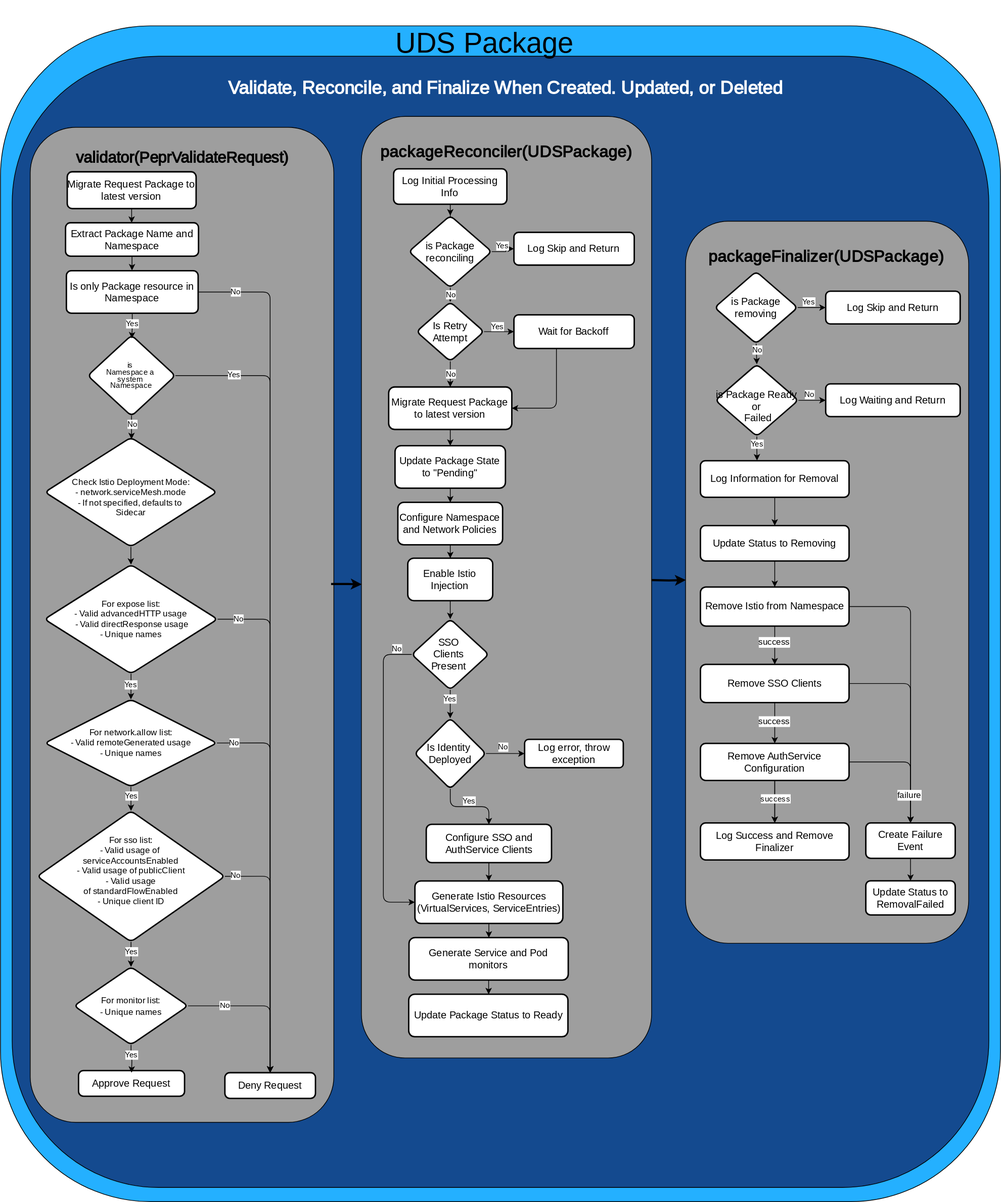
The draw.io diagram docs/.images/diagrams/uds-core-operator-uds-package.svg in defenseunicorns/uds-core, before a commit. Source tidied: cells renumbered, new cells last; positions are measured from the earlier drawing's top-left corner, leaving out a move shared by most shapes.
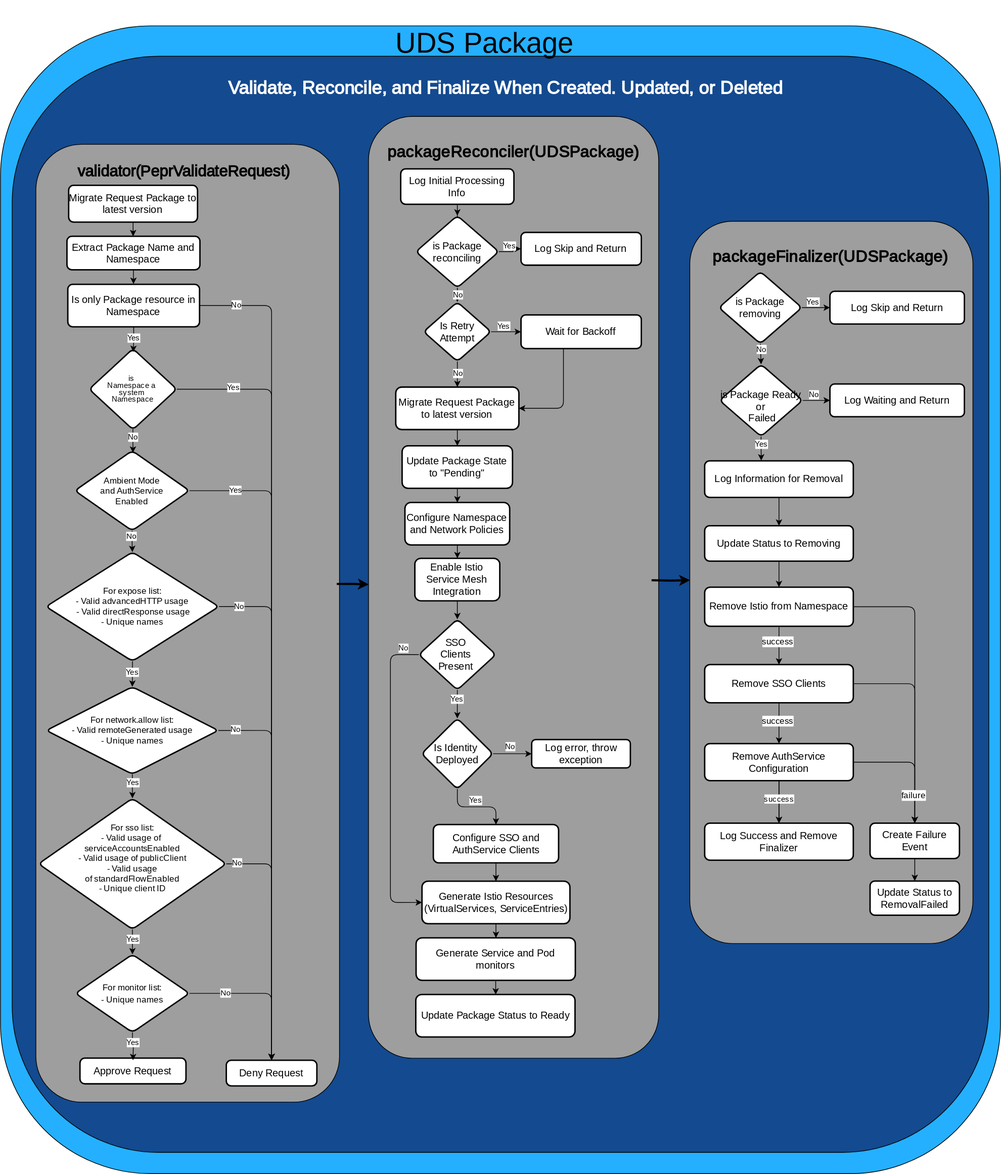
After the change.

The edit, as a diff of the source:
```diff
@@ -3,10 +3,10 @@
     <mxCell id="0" />
     <mxCell id="1" value="UDS Package CreatedOrUpdated" parent="0" />
     <mxCell id="2" style="rounded=1;whiteSpace=wrap;html=1;fontSize=12;glass=0;strokeWidth=1;shadow=0;fillColor=light-dark(#24B0FF,#24B0FF);strokeColor=light-dark(#000000,#000000);fontFamily=Poppins;fontSource=https%3A%2F%2Ffonts.googleapis.com%2Fcss%3Ffamily%3DPoppins;" parent="1" vertex="1">
-      <mxGeometry width="1413" height="1661" as="geometry" />
+      <mxGeometry width="1413" height="1621" as="geometry" />
     </mxCell>
     <mxCell id="3" style="rounded=1;whiteSpace=wrap;html=1;fontSize=12;glass=0;strokeWidth=1;shadow=0;fillColor=light-dark(#144A8F,#144A8F);strokeColor=light-dark(#000000,#000000);fontFamily=Poppins;fontSource=https%3A%2F%2Ffonts.googleapis.com%2Fcss%3Ffamily%3DPoppins;" parent="1" vertex="1">
-      <mxGeometry x="16.5" y="43" width="1380" height="1598" as="geometry" />
+      <mxGeometry x="16.5" y="43" width="1380" height="1548" as="geometry" />
     </mxCell>
     <mxCell id="4" value="&lt;h1&gt;&lt;font style=&quot;font-size: 40px; font-weight: normal;&quot;&gt;UDS Package&lt;/font&gt;&lt;/h1&gt;" style="text;html=1;align=center;verticalAlign=middle;whiteSpace=wrap;rounded=0;fontColor=light-dark(#000000,#000000);fontFamily=Teko;fontSource=https%3A%2F%2Ffonts.googleapis.com%2Fcss%3Ffamily%3DTeko;fontSize=23;fontStyle=1;" parent="1" vertex="1">
       <mxGeometry x="553.8" y="7" width="260.3" height="30" as="geometry" />
@@ -15,7 +15,7 @@
       <mxGeometry x="249.7" y="73" width="926.6" height="30" as="geometry" />
     </mxCell>
     <mxCell id="6" style="group;" parent="1" vertex="1">
-      <mxGeometry x="510" y="128" width="410" height="1330" as="geometry" />
+      <mxGeometry x="520" y="128" width="410" height="1330" as="geometry" />
     </mxCell>
     <mxCell id="7" style="rounded=1;whiteSpace=wrap;html=1;fontSize=12;glass=0;strokeWidth=1;shadow=0;fillColor=light-dark(#9E9E9E,#9E9E9E);strokeColor=light-dark(#000000,#000000);fontFamily=Poppins;fontSource=https%3A%2F%2Ffonts.googleapis.com%2Fcss%3Ffamily%3DPoppins;" parent="6" vertex="1">
       <mxGeometry width="410" height="1330" as="geometry" />
@@ -101,7 +101,7 @@
     <mxCell id="30" style="edgeStyle=orthogonalEdgeStyle;rounded=0;jettySize=auto;html=1;exitX=0.5;exitY=1;exitDx=0;exitDy=0;entryX=0.5;entryY=0;entryDx=0;entryDy=0;strokeColor=light-dark(#000000,#000000);fontColor=light-dark(#000000,#000000);labelBackgroundColor=light-dark(#FFFFFF,#FFFFFF);" parent="6" edge="1" source="31" target="36">
       <mxGeometry relative="1" as="geometry" />
     </mxCell>
-    <mxCell id="31" value="Enable Istio Injection" style="rounded=1;whiteSpace=wrap;html=1;arcSize=14;strokeWidth=2;fillColor=light-dark(#FFFFFF,#FFFFFF);strokeColor=light-dark(#000000,#000000);fontColor=light-dark(#000000,#000000);fontSize=14;fontFamily=Poppins;fontSource=https%3A%2F%2Ffonts.googleapis.com%2Fcss%3Ffamily%3DPoppins;" parent="6" vertex="1">
+    <mxCell id="31" value="Enable Istio Service Mesh Integration" style="rounded=1;whiteSpace=wrap;html=1;arcSize=14;strokeWidth=2;fillColor=light-dark(#FFFFFF,#FFFFFF);strokeColor=light-dark(#000000,#000000);fontColor=light-dark(#000000,#000000);fontSize=14;fontFamily=Poppins;fontSource=https%3A%2F%2Ffonts.googleapis.com%2Fcss%3Ffamily%3DPoppins;" parent="6" vertex="1">
       <mxGeometry x="65.5" y="624" width="120" height="60" as="geometry" />
     </mxCell>
     <mxCell id="32" style="edgeStyle=orthogonalEdgeStyle;rounded=0;jettySize=auto;html=1;entryX=0.5;entryY=0;entryDx=0;entryDy=0;strokeColor=light-dark(#000000,#000000);fontColor=light-dark(#000000,#000000);labelBackgroundColor=light-dark(#FFFFFF,#FFFFFF);" parent="6" edge="1" source="36" target="46">
@@ -170,7 +170,7 @@
       </mxGeometry>
     </mxCell>
     <mxCell id="50" style="group;" parent="1" vertex="1">
-      <mxGeometry x="968" y="276" width="410" height="1020" as="geometry" />
+      <mxGeometry x="974" y="276" width="410" height="1020" as="geometry" />
     </mxCell>
     <mxCell id="51" style="rounded=1;whiteSpace=wrap;html=1;fontSize=12;glass=0;strokeWidth=1;shadow=0;fillColor=light-dark(#9E9E9E,#9E9E9E);strokeColor=light-dark(#000000,#000000);fontColor=light-dark(#000000,#000000);fontFamily=Poppins;fontSource=https%3A%2F%2Ffonts.googleapis.com%2Fcss%3Ffamily%3DPoppins;" parent="50" vertex="1">
       <mxGeometry width="400" height="1020" as="geometry" />
@@ -304,10 +304,10 @@
       </mxGeometry>
     </mxCell>
     <mxCell id="88" style="group;" parent="1" vertex="1">
-      <mxGeometry x="32" y="216" width="470" height="1330" as="geometry" />
+      <mxGeometry x="34" y="235" width="470" height="1330" as="geometry" />
     </mxCell>
     <mxCell id="89" style="rounded=1;whiteSpace=wrap;html=1;fontSize=12;glass=0;strokeWidth=1;shadow=0;fillColor=light-dark(#9E9E9E,#9E9E9E);strokeColor=light-dark(#000000,#000000);fontColor=light-dark(#000000,#000000);fontFamily=Poppins;fontSource=https%3A%2F%2Ffonts.googleapis.com%2Fcss%3Ffamily%3DPoppins;" parent="88" vertex="1">
-      <mxGeometry x="10" y="-72.6" width="429" height="1405.6" as="geometry" />
+      <mxGeometry x="16" y="-67.6" width="429" height="1352.6" as="geometry" />
     </mxCell>
     <mxCell id="90" value="&lt;h1&gt;&lt;font style=&quot;color: light-dark(rgb(0, 0, 0), rgb(0, 0, 0)); font-size: 22px;&quot;&gt;validator(PeprValidateRequest)&lt;/font&gt;&lt;/h1&gt;" style="text;html=1;align=center;verticalAlign=middle;whiteSpace=wrap;rounded=0;fontFamily=Poppins;fontSource=https%3A%2F%2Ffonts.googleapis.com%2Fcss%3Ffamily%3DPoppins;" parent="88" vertex="1">
       <mxGeometry x="25" y="-51.9" width="399.9" height="43.7" as="geometry" />
@@ -334,7 +334,7 @@
       <mxGeometry x="-0.91" y="1" relative="1" as="geometry" />
     </mxCell>
     <mxCell id="98" value="Approve Request" style="rounded=1;whiteSpace=wrap;html=1;absoluteArcSize=1;arcSize=14;strokeWidth=2;fontColor=light-dark(#000000,#000000);fillColor=light-dark(#FFFFFF,#FFFFFF);strokeColor=light-dark(#000000,#000000);fontSize=14;fontFamily=Poppins;fontSource=https%3A%2F%2Ffonts.googleapis.com%2Fcss%3Ffamily%3DPoppins;" parent="88" vertex="1">
-      <mxGeometry x="78.3" y="1259.8" width="149.8" height="36.4" as="geometry" />
+      <mxGeometry x="78.3" y="1222.8" width="149.8" height="36.4" as="geometry" />
     </mxCell>
     <mxCell id="99" style="edgeStyle=orthogonalEdgeStyle;rounded=1;jettySize=auto;html=1;strokeColor=light-dark(#000000,#000000);fontColor=light-dark(#000000,#000000);curved=0;entryX=0.5;entryY=0;entryDx=0;entryDy=0;" parent="88" edge="1" source="101" target="112">
       <mxGeometry relative="1" as="geometry" />
@@ -345,7 +345,7 @@
       </mxGeometry>
     </mxCell>
     <mxCell id="101" value="&lt;div&gt;&lt;span style=&quot;background-color: transparent;&quot;&gt;For expose list:&lt;/span&gt;&lt;/div&gt;- Valid advancedHTTP usage&lt;div&gt;&amp;nbsp;-&amp;nbsp;&lt;span style=&quot;background-color: transparent;&quot;&gt;Valid &lt;/span&gt;&lt;span style=&quot;background-color: transparent;&quot;&gt;directResponse usage&lt;/span&gt;&lt;/div&gt;&lt;div&gt;&lt;div&gt;- Unique names&lt;/div&gt;&lt;/div&gt;" style="rhombus;whiteSpace=wrap;html=1;rounded=1;arcSize=14;strokeWidth=2;fontColor=light-dark(#000000,#000000);fillColor=light-dark(#FFFFFF,#FFFFFF);strokeColor=light-dark(#000000,#000000);fontSize=12;fontFamily=Poppins;fontSource=https%3A%2F%2Ffonts.googleapis.com%2Fcss%3Ffamily%3DPoppins;" parent="88" vertex="1">
-      <mxGeometry x="30.2" y="545.1" width="244.5" height="154.2" as="geometry" />
+      <mxGeometry x="30.2" y="508.1" width="244.5" height="154.2" as="geometry" />
     </mxCell>
     <mxCell id="102" style="edgeStyle=orthogonalEdgeStyle;rounded=1;jettySize=auto;html=1;strokeColor=light-dark(#000000,#000000);entryX=0.5;entryY=0;entryDx=0;entryDy=0;fontColor=light-dark(#000000,#000000);curved=0;" parent="88" edge="1" source="104" target="118">
       <mxGeometry relative="1" as="geometry" />
@@ -364,7 +364,7 @@
     </mxCell>
     <mxCell id="107" style="edgeStyle=orthogonalEdgeStyle;rounded=1;jettySize=auto;html=1;entryX=0.5;entryY=0;entryDx=0;entryDy=0;strokeColor=light-dark(#000000,#000000);fontColor=light-dark(#000000,#000000);labelBackgroundColor=light-dark(#FFFFFF,#FFFFFF);fontFamily=Poppins;fontSource=https%3A%2F%2Ffonts.googleapis.com%2Fcss%3Ffamily%3DPoppins;curved=0;" parent="88" edge="1" source="109">
       <mxGeometry relative="1" as="geometry">
-        <mxPoint x="153.2" y="1262.8" as="targetPoint" />
+        <mxPoint x="153.2" y="1225.8" as="targetPoint" />
       </mxGeometry>
     </mxCell>
     <mxCell id="108" value="&lt;font face=&quot;Poppins&quot;&gt;Yes&lt;/font&gt;" style="edgeLabel;html=1;align=center;verticalAlign=middle;fontColor=light-dark(#000000,#000000);labelBackgroundColor=light-dark(#FFFFFF,#FFFFFF);fontFamily=Poppins;fontSource=https%3A%2F%2Ffonts.googleapis.com%2Fcss%3Ffamily%3DPoppins;" parent="107" vertex="1">
@@ -373,7 +373,7 @@
       </mxGeometry>
     </mxCell>
     <mxCell id="109" value="&lt;font style=&quot;font-size: 12px; font-weight: normal;&quot;&gt;For monitor list:&lt;/font&gt;&lt;div&gt;&lt;font style=&quot;font-size: 12px; font-weight: normal;&quot;&gt;- Unique names&lt;/font&gt;&lt;/div&gt;" style="rhombus;whiteSpace=wrap;html=1;rounded=1;arcSize=14;strokeWidth=2;fontStyle=1;fontColor=light-dark(#000000,#000000);fillColor=light-dark(#FFFFFF,#FFFFFF);strokeColor=light-dark(#000000,#000000);fontSize=14;fontFamily=Poppins;fontSource=https%3A%2F%2Ffonts.googleapis.com%2Fcss%3Ffamily%3DPoppins;" parent="88" vertex="1">
-      <mxGeometry x="71.9" y="1113.3" width="161.1" height="110.2" as="geometry" />
+      <mxGeometry x="71.9" y="1076.3" width="161.1" height="110.2" as="geometry" />
     </mxCell>
     <mxCell id="110" style="edgeStyle=orthogonalEdgeStyle;rounded=1;jettySize=auto;html=1;strokeColor=light-dark(#000000,#000000);fontColor=light-dark(#000000,#000000);labelBackgroundColor=light-dark(#FFFFFF,#FFFFFF);fontFamily=Poppins;fontSource=https%3A%2F%2Ffonts.googleapis.com%2Fcss%3Ffamily%3DPoppins;curved=0;exitX=0.5;exitY=1;exitDx=0;exitDy=0;entryX=0.5;entryY=0;entryDx=0;entryDy=0;" parent="88" edge="1" source="112" target="113">
       <mxGeometry relative="1" as="geometry" />
@@ -384,10 +384,10 @@
       </mxGeometry>
     </mxCell>
     <mxCell id="112" value="&lt;div&gt;&lt;span style=&quot;background-color: transparent;&quot;&gt;For network.allow list:&lt;/span&gt;&lt;/div&gt;&lt;div&gt;&lt;span style=&quot;background-color: transparent;&quot;&gt;- Valid remoteGenerated usage&lt;/span&gt;&lt;/div&gt;&lt;div&gt;- Unique names&lt;/div&gt;" style="rhombus;whiteSpace=wrap;html=1;rounded=1;arcSize=14;strokeWidth=2;fontColor=light-dark(#000000,#000000);fillColor=light-dark(#FFFFFF,#FFFFFF);strokeColor=light-dark(#000000,#000000);fontSize=12;fontFamily=Poppins;fontSource=https%3A%2F%2Ffonts.googleapis.com%2Fcss%3Ffamily%3DPoppins;" parent="88" vertex="1">
-      <mxGeometry x="30.7" y="735.5" width="243.2" height="123.3" as="geometry" />
+      <mxGeometry x="30.7" y="698.5" width="243.2" height="123.3" as="geometry" />
     </mxCell>
     <mxCell id="113" value="&lt;div style=&quot;&quot;&gt;&lt;font style=&quot;line-height: 80%;&quot;&gt;For sso list:&lt;/font&gt;&lt;/div&gt;&lt;div style=&quot;&quot;&gt;&lt;font style=&quot;background-color: transparent; line-height: 80%;&quot;&gt;- Valid usage of&amp;nbsp;&lt;/font&gt;&lt;/div&gt;&lt;div style=&quot;&quot;&gt;&lt;span style=&quot;background-color: transparent;&quot;&gt;serviceAccountsEnabled&lt;/span&gt;&lt;/div&gt;&lt;div style=&quot;&quot;&gt;&lt;span style=&quot;background-color: transparent;&quot;&gt;- Valid usage of publicClient&lt;/span&gt;&lt;/div&gt;&lt;div&gt;&lt;div style=&quot;&quot;&gt;&lt;span style=&quot;background-color: transparent;&quot;&gt;- Valid usage&lt;/span&gt;&lt;/div&gt;&lt;span style=&quot;background-color: transparent;&quot;&gt;&lt;div style=&quot;&quot;&gt;&lt;span style=&quot;background-color: transparent;&quot;&gt;of&lt;/span&gt;&lt;span style=&quot;background-color: transparent;&quot;&gt;&amp;nbsp;standardFlowEnabled&lt;/span&gt;&lt;/div&gt;&lt;/span&gt;&lt;/div&gt;&lt;div&gt;&lt;div style=&quot;&quot;&gt;&lt;font style=&quot;line-height: 9.6px;&quot;&gt;- Unique client ID&lt;/font&gt;&lt;/div&gt;&lt;/div&gt;&lt;div style=&quot;&quot;&gt;&lt;font style=&quot;line-height: 9.6px;&quot;&gt;&lt;br&gt;&lt;/font&gt;&lt;/div&gt;" style="rhombus;whiteSpace=wrap;html=1;rounded=1;arcSize=14;strokeWidth=2;fontColor=light-dark(#000000,#000000);fillColor=light-dark(#FFFFFF,#FFFFFF);strokeColor=light-dark(#000000,#000000);fontSize=12;fontFamily=Poppins;fontSource=https%3A%2F%2Ffonts.googleapis.com%2Fcss%3Ffamily%3DPoppins;" parent="88" vertex="1">
-      <mxGeometry x="19.8" y="892.9" width="265.3" height="185" as="geometry" />
+      <mxGeometry x="19.8" y="855.9" width="265.3" height="185" as="geometry" />
     </mxCell>
     <mxCell id="114" style="edgeStyle=orthogonalEdgeStyle;rounded=1;jettySize=auto;html=1;strokeColor=light-dark(#000000,#000000);fontColor=light-dark(#000000,#000000);labelBackgroundColor=light-dark(#FFFFFF,#FFFFFF);fontFamily=Poppins;fontSource=https%3A%2F%2Ffonts.googleapis.com%2Fcss%3Ffamily%3DPoppins;entryX=0.5;entryY=0;entryDx=0;entryDy=0;curved=0;exitX=1;exitY=0.5;exitDx=0;exitDy=0;" parent="88" edge="1" source="113" target="118">
       <mxGeometry relative="1" as="geometry" />
@@ -406,7 +406,7 @@
       </mxGeometry>
     </mxCell>
     <mxCell id="118" value="Deny Request" style="rounded=1;whiteSpace=wrap;html=1;absoluteArcSize=1;arcSize=14;strokeWidth=2;fontColor=light-dark(#000000,#000000);fillColor=light-dark(#FFFFFF,#FFFFFF);strokeColor=light-dark(#000000,#000000);fontSize=14;fontFamily=Poppins;fontSource=https%3A%2F%2Ffonts.googleapis.com%2Fcss%3Ffamily%3DPoppins;" parent="88" vertex="1">
-      <mxGeometry x="285.1" y="1262.8" width="128" height="36.4" as="geometry" />
+      <mxGeometry x="285.1" y="1225.8" width="128" height="36.4" as="geometry" />
     </mxCell>
     <mxCell id="119" style="edgeStyle=orthogonalEdgeStyle;rounded=1;jettySize=auto;html=1;entryX=0.5;entryY=0;entryDx=0;entryDy=0;curved=0;strokeColor=light-dark(#000000,#000000);" parent="88" edge="1" source="120" target="95">
       <mxGeometry relative="1" as="geometry" />
@@ -426,7 +426,7 @@
         <mxPoint x="153.2" y="367.9" as="targetPoint" />
       </mxGeometry>
     </mxCell>
-    <mxCell id="124" value="&lt;span style=&quot;background-color: light-dark(rgb(255, 255, 255), rgb(255, 255, 255));&quot;&gt;&lt;font face=&quot;Poppins&quot; style=&quot;color: light-dark(rgb(0, 0, 0), rgb(0, 0, 0));&quot;&gt;No&lt;/font&gt;&lt;/span&gt;" style="edgeLabel;html=1;align=center;verticalAlign=middle;" parent="123" vertex="1">
+    <mxCell id="124" value="&lt;span style=&quot;&quot;&gt;&lt;font face=&quot;Poppins&quot; style=&quot;&quot;&gt;No&lt;/font&gt;&lt;/span&gt;" style="edgeLabel;html=1;align=center;verticalAlign=middle;fontColor=light-dark(#000000,#000000);labelBackgroundColor=light-dark(#FFFFFF,#FFFFFF);" parent="123" vertex="1">
       <mxGeometry x="-0.03" relative="1" as="geometry">
         <mxPoint y="-5" as="offset" />
       </mxGeometry>
@@ -442,8 +442,19 @@
     <mxCell id="127" style="edgeStyle=orthogonalEdgeStyle;rounded=0;jettySize=auto;html=1;entryX=0.5;entryY=0;entryDx=0;entryDy=0;strokeColor=light-dark(#000000,#000000);" parent="88" edge="1" source="128" target="101">
       <mxGeometry relative="1" as="geometry" />
     </mxCell>
+    <mxCell id="130" value="No" style="edgeLabel;html=1;align=center;verticalAlign=middle;fontColor=light-dark(#000000,#000000);labelBackgroundColor=light-dark(#FFFFFF,#FFFFFF);" parent="127" vertex="1">
+      <mxGeometry x="-0.48" y="-1" relative="1" as="geometry" />
+    </mxCell>
+    <mxCell id="131" style="edgeStyle=orthogonalEdgeStyle;rounded=1;jettySize=auto;html=1;exitX=1;exitY=0.5;exitDx=0;exitDy=0;entryX=0.5;entryY=0;entryDx=0;entryDy=0;curved=0;fontColor=#000000;strokeColor=light-dark(#000000,#000000);" parent="88" edge="1" source="128" target="118">
+      <mxGeometry relative="1" as="geometry" />
+    </mxCell>
+    <mxCell id="132" value="Yes" style="edgeLabel;html=1;align=center;verticalAlign=middle;fontColor=light-dark(#000000,#000000);labelBackgroundColor=light-dark(#FFFFFF,#FFFFFF);" parent="131" vertex="1">
+      <mxGeometry x="-0.85" y="1" relative="1" as="geometry">
+        <mxPoint x="-5" as="offset" />
+      </mxGeometry>
+    </mxCell>
-    <mxCell id="128" value="&lt;div&gt;&lt;span style=&quot;background-color: transparent;&quot;&gt;&lt;br class=&quot;Apple-interchange-newline&quot;&gt;&lt;/span&gt;&lt;span style=&quot;background-color: transparent;&quot;&gt;Check Istio Deployment Mode:&lt;/span&gt;&lt;span style=&quot;background-color: transparent;&quot;&gt;&lt;/span&gt;&lt;/div&gt;&lt;div&gt;- network.serviceMesh.mode&lt;/div&gt;&lt;div&gt;- If not specified, defaults to&amp;nbsp;&lt;/div&gt;&lt;div&gt;Sidecar&lt;/div&gt;" style="rhombus;whiteSpace=wrap;html=1;rounded=1;arcSize=14;strokeWidth=2;fontColor=light-dark(#000000,#000000);fillColor=light-dark(#FFFFFF,#FFFFFF);strokeColor=light-dark(#000000,#000000);fontSize=12;fontFamily=Poppins;fontSource=https%3A%2F%2Ffonts.googleapis.com%2Fcss%3Ffamily%3DPoppins;" parent="88" vertex="1">
-      <mxGeometry x="30.7" y="365.5" width="243.2" height="154.5" as="geometry" />
+    <mxCell id="128" value="Ambient Mode&lt;div&gt;and AuthService&lt;/div&gt;&lt;div&gt;Enabled&lt;/div&gt;" style="rhombus;whiteSpace=wrap;html=1;rounded=1;arcSize=14;strokeWidth=2;fontColor=light-dark(#000000,#000000);fillColor=light-dark(#FFFFFF,#FFFFFF);strokeColor=light-dark(#000000,#000000);fontSize=12;fontFamily=Poppins;fontSource=https%3A%2F%2Ffonts.googleapis.com%2Fcss%3Ffamily%3DPoppins;" parent="88" vertex="1">
+      <mxGeometry x="71" y="365" width="162" height="113" as="geometry" />
     </mxCell>
     <mxCell id="129" style="edgeStyle=orthogonalEdgeStyle;rounded=0;jettySize=auto;html=1;strokeWidth=3;strokeColor=light-dark(#000000,#080808);entryX=0.001;entryY=0.497;entryDx=0;entryDy=0;entryPerimeter=0;exitX=0.991;exitY=0.459;exitDx=0;exitDy=0;exitPerimeter=0;" parent="1" edge="1" source="89" target="7">
       <mxGeometry relative="1" as="geometry" />
```
